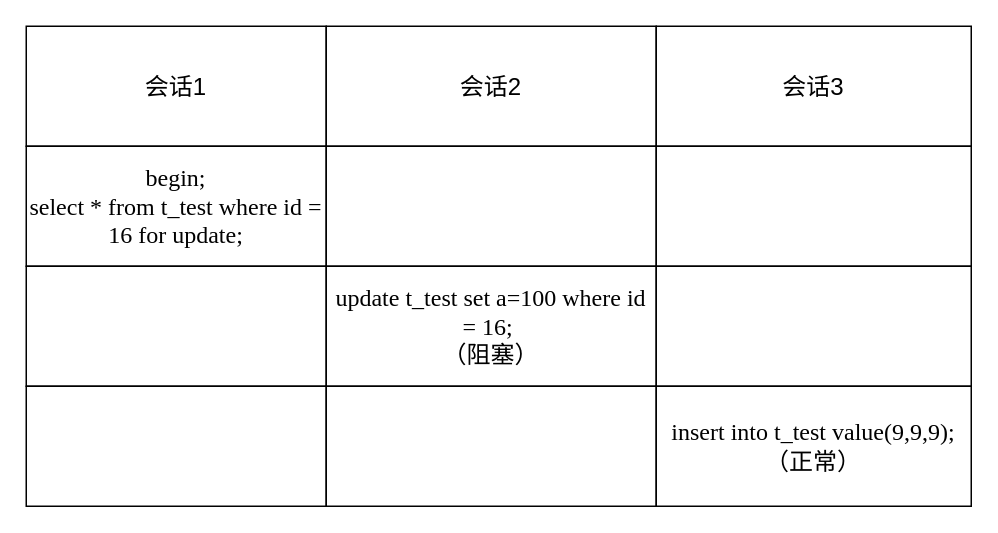
This is mysql/事务隔离/案例1.drawio from xiaolincoder/ImageHost4, a draw.io file, before an edit. Source tidied: cells renumbered, new cells numbered last; positions are measured from the earlier drawing's top-left corner, leaving out a move shared by most shapes. Both pictures are drawn from the tidied source at 150%, with x=0, y=0 at pixel (26, 26).
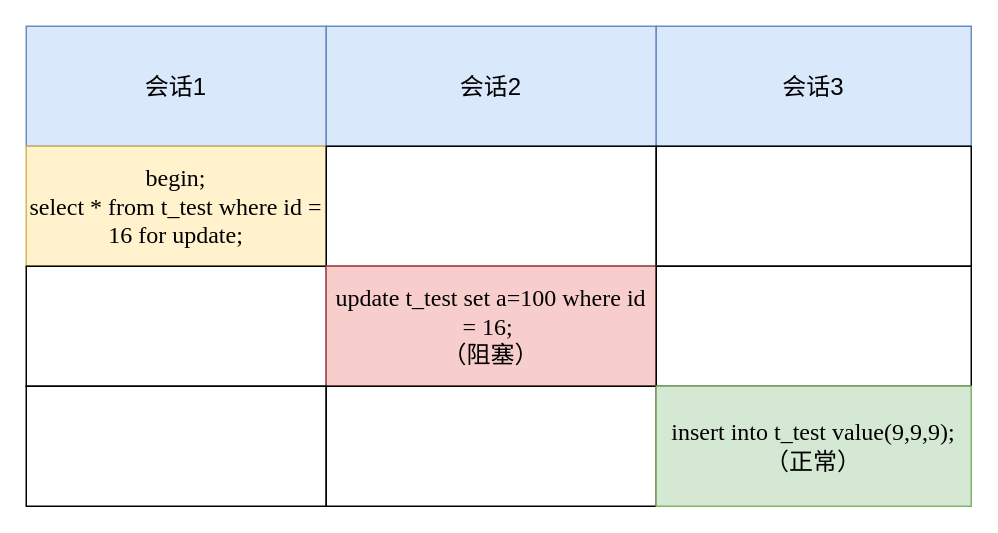
After the change.

What changed in the source:
```diff
@@
 <mxGraphModel>
   <root>
     <mxCell id="0" />
     <mxCell id="1" parent="0" />
-    <mxCell id="2" value="会话1" style="rounded=0;whiteSpace=wrap;html=1;fontSize=16;" parent="1" vertex="1">
+    <mxCell id="2" value="会话1" style="rounded=0;whiteSpace=wrap;html=1;fontSize=16;fillColor=#dae8fc;strokeColor=#6c8ebf;" parent="1" vertex="1">
       <mxGeometry width="200" height="80" as="geometry" />
     </mxCell>
-    <mxCell id="3" value="会话2" style="rounded=0;whiteSpace=wrap;html=1;fontSize=16;" parent="1" vertex="1">
+    <mxCell id="3" value="会话2" style="rounded=0;whiteSpace=wrap;html=1;fontSize=16;fillColor=#dae8fc;strokeColor=#6c8ebf;" parent="1" vertex="1">
       <mxGeometry x="200" width="220" height="80" as="geometry" />
     </mxCell>
-    <mxCell id="4" value="会话3" style="rounded=0;whiteSpace=wrap;html=1;fontSize=16;" parent="1" vertex="1">
+    <mxCell id="4" value="会话3" style="rounded=0;whiteSpace=wrap;html=1;fontSize=16;fillColor=#dae8fc;strokeColor=#6c8ebf;" parent="1" vertex="1">
       <mxGeometry x="420" width="210" height="80" as="geometry" />
     </mxCell>
-    <mxCell id="5" value="begin;&lt;br&gt;select * from t_test where id = 16 for update;" style="rounded=0;whiteSpace=wrap;html=1;fontSize=16;align=center;fontFamily=Times New Roman;" parent="1" vertex="1">
+    <mxCell id="5" value="begin;&lt;br&gt;select * from t_test where id = 16 for update;" style="rounded=0;whiteSpace=wrap;html=1;fontSize=16;align=center;fontFamily=Times New Roman;fillColor=#fff2cc;strokeColor=#d6b656;" parent="1" vertex="1">
       <mxGeometry y="80" width="200" height="80" as="geometry" />
     </mxCell>
     <mxCell id="6" style="rounded=0;whiteSpace=wrap;html=1;fontSize=16;fontFamily=Times New Roman;" parent="1" vertex="1">
       <mxGeometry x="200" y="80" width="220" height="80" as="geometry" />
     </mxCell>
     <mxCell id="7" style="rounded=0;whiteSpace=wrap;html=1;fontSize=16;fontFamily=Times New Roman;" parent="1" vertex="1">
       <mxGeometry x="420" y="80" width="210" height="80" as="geometry" />
     </mxCell>
     <mxCell id="8" style="rounded=0;whiteSpace=wrap;html=1;fontSize=16;align=center;fontFamily=Times New Roman;" parent="1" vertex="1">
       <mxGeometry y="160" width="200" height="80" as="geometry" />
     </mxCell>
-    <mxCell id="9" value="update t_test set a=100 where id = 16;&amp;nbsp;&lt;br&gt;（阻塞）" style="rounded=0;whiteSpace=wrap;html=1;fontSize=16;fontFamily=Times New Roman;" parent="1" vertex="1">
+    <mxCell id="9" value="update t_test set a=100 where id = 16;&amp;nbsp;&lt;br&gt;（阻塞）" style="rounded=0;whiteSpace=wrap;html=1;fontSize=16;fontFamily=Times New Roman;fillColor=#f8cecc;strokeColor=#b85450;" parent="1" vertex="1">
       <mxGeometry x="200" y="160" width="220" height="80" as="geometry" />
     </mxCell>
     <mxCell id="10" style="rounded=0;whiteSpace=wrap;html=1;fontSize=16;fontFamily=Times New Roman;" parent="1" vertex="1">
       <mxGeometry x="420" y="160" width="210" height="80" as="geometry" />
     </mxCell>
     <mxCell id="11" style="rounded=0;whiteSpace=wrap;html=1;fontSize=16;align=center;fontFamily=Times New Roman;" parent="1" vertex="1">
       <mxGeometry y="240" width="200" height="80" as="geometry" />
     </mxCell>
     <mxCell id="12" style="rounded=0;whiteSpace=wrap;html=1;fontSize=16;fontFamily=Times New Roman;" parent="1" vertex="1">
       <mxGeometry x="200" y="240" width="220" height="80" as="geometry" />
     </mxCell>
-    <mxCell id="13" value="&lt;span style=&quot;font-size: 16px; background-color: rgb(255, 255, 255);&quot;&gt;insert into t_test value(9,9,9);&lt;br style=&quot;font-size: 16px;&quot;&gt;（正常）&lt;br style=&quot;font-size: 16px;&quot;&gt;&lt;/span&gt;" style="rounded=0;whiteSpace=wrap;html=1;fontSize=16;fontFamily=Times New Roman;align=center;" parent="1" vertex="1">
+    <mxCell id="13" value="&lt;span style=&quot;font-size: 16px;&quot;&gt;insert into t_test value(9,9,9);&lt;br style=&quot;font-size: 16px;&quot;&gt;（正常）&lt;br style=&quot;font-size: 16px;&quot;&gt;&lt;/span&gt;" style="rounded=0;whiteSpace=wrap;html=1;fontSize=16;fontFamily=Times New Roman;align=center;fillColor=#d5e8d4;strokeColor=#82b366;" parent="1" vertex="1">
       <mxGeometry x="420" y="240" width="210" height="80" as="geometry" />
     </mxCell>
   </root>
 </mxGraphModel>
```
